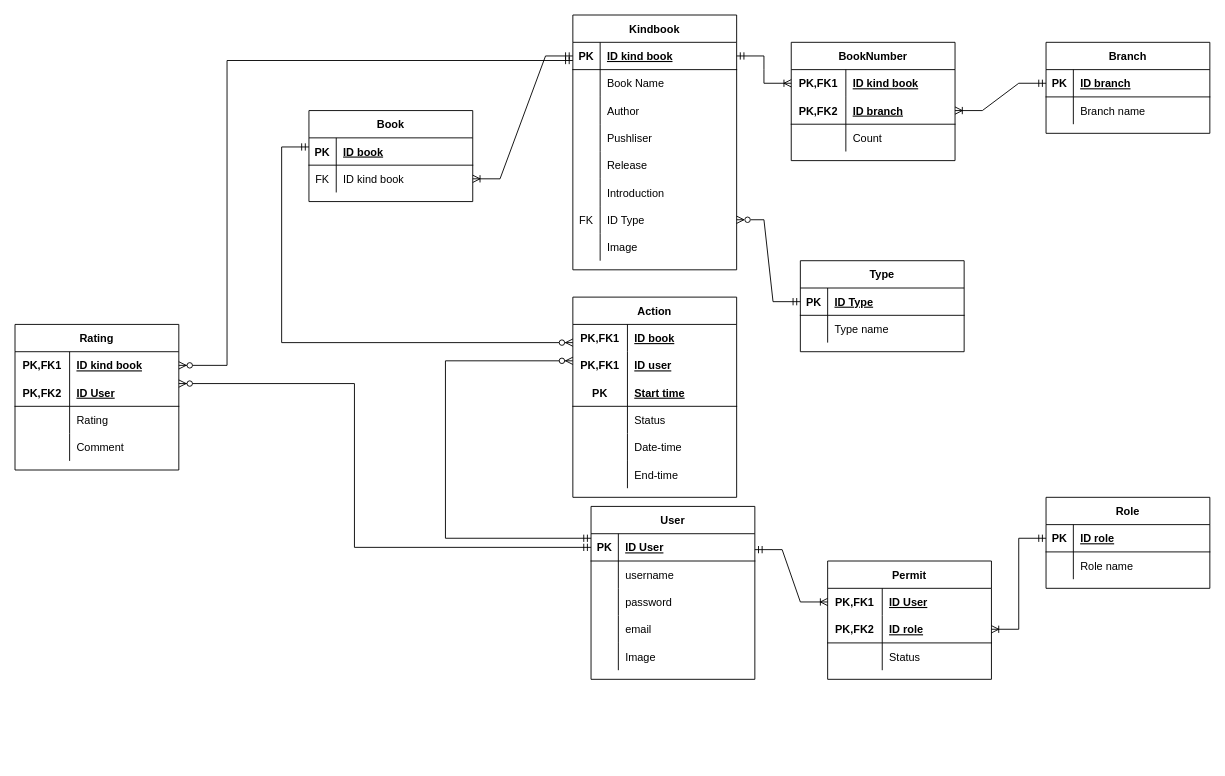
KIT2022G4/Project_Library_G4 keeps this draw.io diagram as database_library_g4/EntityDiagram.drawio.xml. Above is the earlier version. Source tidied: cells renumbered, new cells numbered last; positions are measured from the earlier drawing's top-left corner, leaving out a move shared by most shapes. Both pictures are drawn from the tidied source at 91%, with x=0, y=0 at pixel (15, 15).
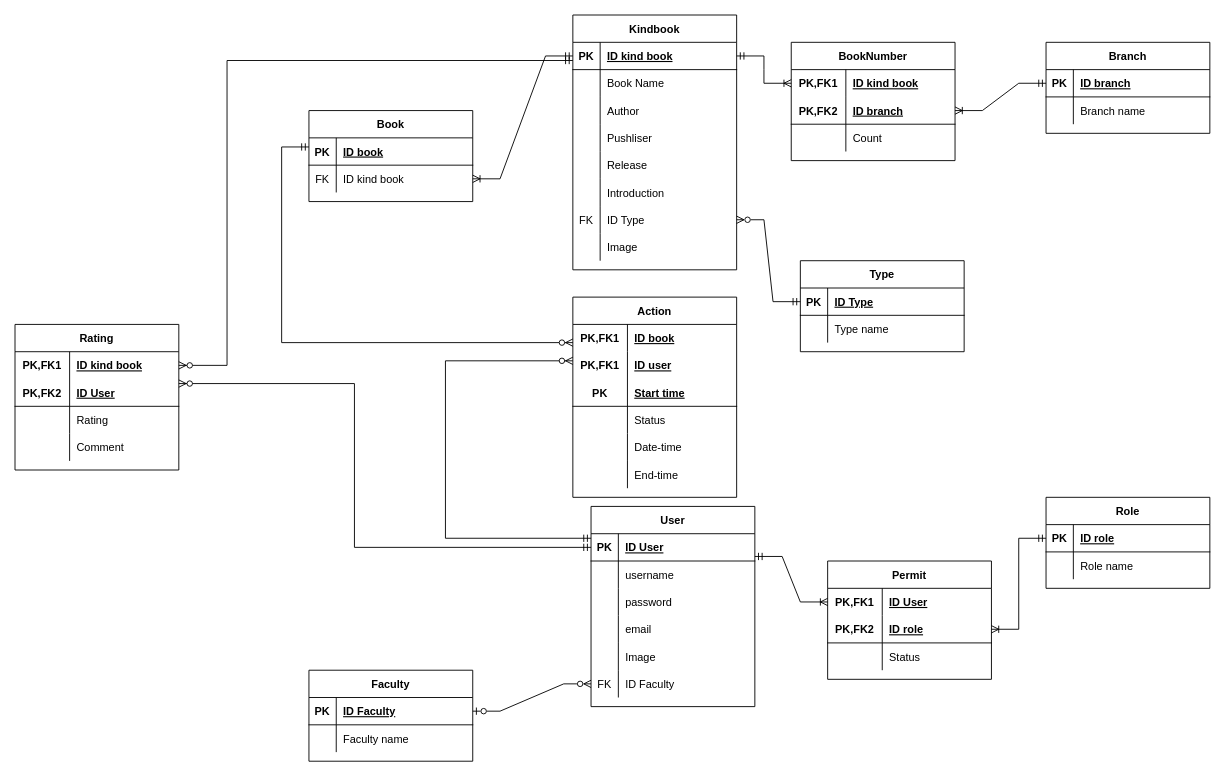
After the change.

Commit message:
Cập nhật EntityDiagram.drawio.xml

What changed in the source:
```diff
@@
     <mxCell id="46" value="User" style="shape=table;startSize=30;childLayout=tableLayout;rowLines=0;fontStyle=1;align=center;" parent="1" vertex="1">
-      <mxGeometry x="633" y="540" width="180" height="190" as="geometry" />
+      <mxGeometry x="633" y="540" width="180" height="220" as="geometry" />
     </mxCell>
@@
+    <mxCell id="133" style="shape=tableRow;horizontal=0;startSize=0;swimlaneHead=0;swimlaneBody=0;fillColor=none;points=[[0,0.5],[1,0.5]];portConstraint=eastwest;top=0;left=0;right=0;bottom=0;" parent="46" vertex="1">
+      <mxGeometry y="180" width="180" height="30" as="geometry" />
+    </mxCell>
+    <mxCell id="134" value="FK" style="shape=partialRectangle;fillColor=none;top=0;left=0;bottom=0;right=0;overflow=hidden;" parent="133" vertex="1">
+      <mxGeometry width="30" height="30" as="geometry" />
+    </mxCell>
+    <mxCell id="135" value="ID Faculty" style="shape=partialRectangle;fillColor=none;top=0;left=0;bottom=0;right=0;align=left;spacingLeft=6;overflow=hidden;" parent="133" vertex="1">
+      <mxGeometry x="30" width="150" height="30" as="geometry" />
+    </mxCell>
@@
+    <mxCell id="136" value="Faculty" style="shape=table;startSize=30;childLayout=tableLayout;rowLines=0;fontStyle=1;align=center;" parent="1" vertex="1">
+      <mxGeometry x="323" y="720" width="180" height="100" as="geometry" />
+    </mxCell>
+    <mxCell id="137" style="shape=tableRow;horizontal=0;startSize=0;swimlaneHead=0;swimlaneBody=0;fillColor=none;points=[[0,0.5],[1,0.5]];portConstraint=eastwest;top=0;left=0;right=0;bottom=1;" parent="136" vertex="1">
+      <mxGeometry y="30" width="180" height="30" as="geometry" />
+    </mxCell>
+    <mxCell id="138" value="PK" style="shape=partialRectangle;fillColor=none;top=0;left=0;bottom=0;right=0;fontStyle=1;overflow=hidden;" parent="137" vertex="1">
+      <mxGeometry width="30" height="30" as="geometry" />
+    </mxCell>
+    <mxCell id="139" value="ID Faculty" style="shape=partialRectangle;fillColor=none;top=0;left=0;bottom=0;right=0;align=left;spacingLeft=6;fontStyle=5;overflow=hidden;" parent="137" vertex="1">
+      <mxGeometry x="30" width="150" height="30" as="geometry" />
+    </mxCell>
+    <mxCell id="140" style="shape=tableRow;horizontal=0;startSize=0;swimlaneHead=0;swimlaneBody=0;fillColor=none;top=0;left=0;right=0;bottom=0;" parent="136" vertex="1">
+      <mxGeometry y="60" width="180" height="30" as="geometry" />
+    </mxCell>
+    <mxCell id="141" style="shape=partialRectangle;fillColor=none;top=0;left=0;bottom=0;right=0;overflow=hidden;" parent="140" vertex="1">
+      <mxGeometry width="30" height="30" as="geometry" />
+    </mxCell>
+    <mxCell id="142" value="Faculty name" style="shape=partialRectangle;fillColor=none;top=0;left=0;bottom=0;right=0;align=left;spacingLeft=6;overflow=hidden;" parent="140" vertex="1">
+      <mxGeometry x="30" width="150" height="30" as="geometry" />
+    </mxCell>
+    <mxCell id="143" style="edgeStyle=entityRelationEdgeStyle;fontSize=12;html=1;endArrow=ERzeroToMany;startArrow=ERzeroToOne;rounded=0;startFill=0;endFill=0;" parent="1" edge="1" source="137" target="133">
+      <mxGeometry relative="1" as="geometry" />
+    </mxCell>
```
